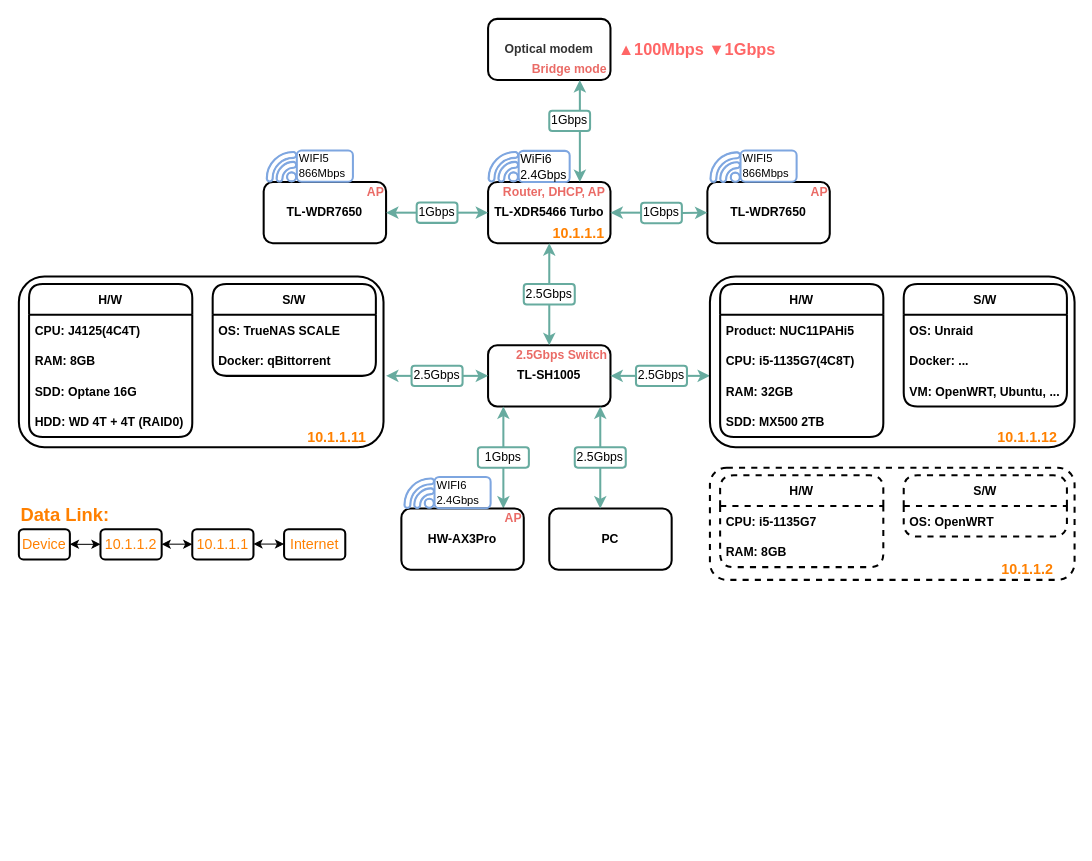
The draw.io diagram page "Page-1" (1 of 2) of network_home.drawio in zincnode/drawio_file, before the edit. Source tidied: cells renumbered, new cells numbered last; positions are measured from the earlier drawing's top-left corner, leaving out a move shared by most shapes. Both pictures are drawn from the tidied source at 102%, with x=0, y=0 at pixel (18, 18).
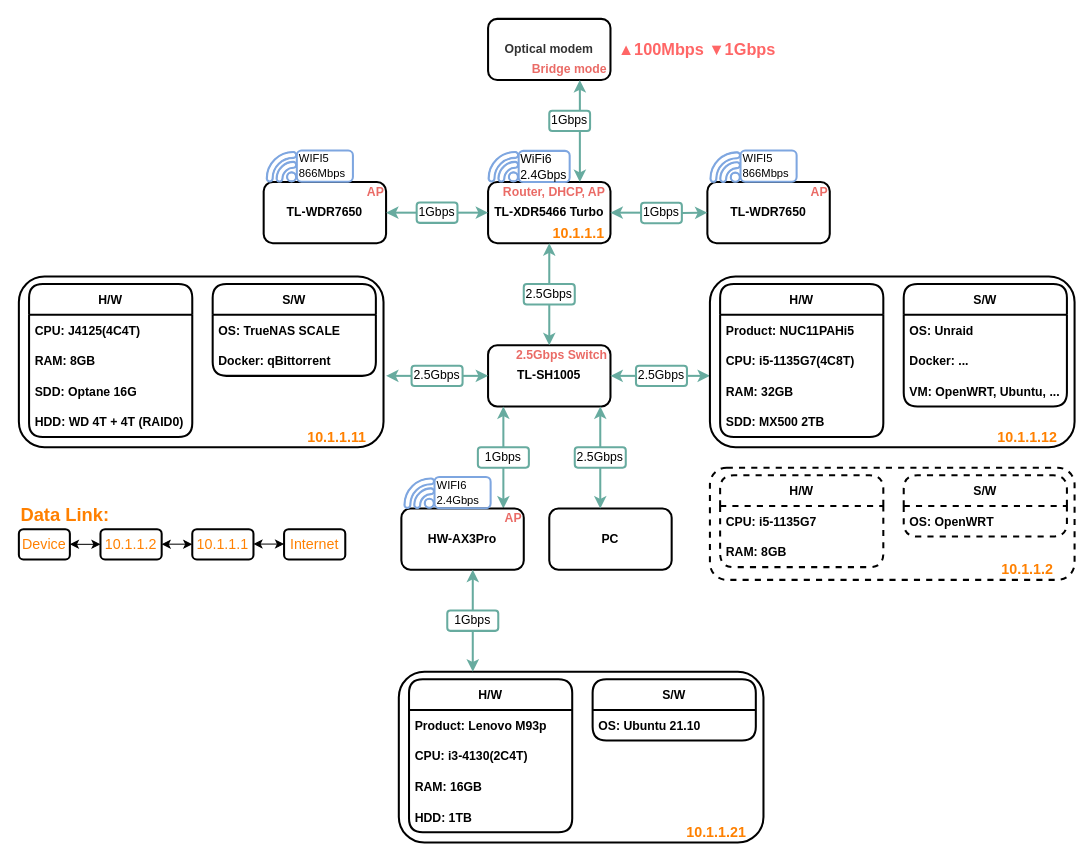
After the change.

Change to the diagram source:
```diff
@@
+    <mxCell id="85" style="rounded=1;whiteSpace=wrap;html=1;shadow=0;glass=0;sketch=0;fontSize=11;fontColor=#000000;strokeColor=#000000;strokeWidth=2;fillColor=none;" parent="1" vertex="1">
+      <mxGeometry x="372.5" y="640" width="357.5" height="167.5" as="geometry" />
+    </mxCell>
+    <mxCell id="86" value="H/W" style="swimlane;fontStyle=1;horizontal=1;startSize=30;rounded=1;strokeWidth=2;" parent="1" vertex="1">
+      <mxGeometry x="382.5" y="647.5" width="160" height="150" as="geometry" />
+    </mxCell>
+    <mxCell id="87" value="Product: Lenovo M93p" style="text;strokeColor=none;fillColor=none;align=left;verticalAlign=middle;spacingLeft=4;spacingRight=4;overflow=hidden;rounded=1;fontColor=#000000;fontStyle=1;" parent="86" vertex="1">
+      <mxGeometry y="30" width="160" height="30" as="geometry" />
+    </mxCell>
+    <mxCell id="88" value="CPU: i3-4130(2C4T)" style="text;strokeColor=none;fillColor=none;align=left;verticalAlign=middle;spacingLeft=4;spacingRight=4;overflow=hidden;fontStyle=1;" parent="86" vertex="1">
+      <mxGeometry y="60" width="160" height="30" as="geometry" />
+    </mxCell>
+    <mxCell id="89" value="RAM: 16GB" style="text;strokeColor=none;fillColor=none;align=left;verticalAlign=middle;spacingLeft=4;spacingRight=4;overflow=hidden;fontStyle=1;" parent="86" vertex="1">
+      <mxGeometry y="90" width="160" height="30" as="geometry" />
+    </mxCell>
+    <mxCell id="90" value="HDD: 1TB" style="text;strokeColor=none;fillColor=none;align=left;verticalAlign=middle;spacingLeft=4;spacingRight=4;overflow=hidden;fontStyle=1;" parent="86" vertex="1">
+      <mxGeometry y="120" width="160" height="30" as="geometry" />
+    </mxCell>
+    <mxCell id="91" value="S/W" style="swimlane;fontStyle=1;horizontal=1;startSize=30;rounded=1;strokeWidth=2;" parent="1" vertex="1">
+      <mxGeometry x="562.5" y="647.5" width="160" height="60" as="geometry" />
+    </mxCell>
+    <mxCell id="92" value="OS: Ubuntu 21.10" style="text;strokeColor=none;fillColor=none;align=left;verticalAlign=middle;spacingLeft=4;spacingRight=4;overflow=hidden;fontStyle=1;" parent="91" vertex="1">
+      <mxGeometry y="30" width="160" height="30" as="geometry" />
+    </mxCell>
+    <mxCell id="93" value="&lt;b&gt;&lt;font color=&quot;#ff8000&quot; style=&quot;font-size: 14px&quot;&gt;10.1.1.21&lt;/font&gt;&lt;/b&gt;" style="text;html=1;strokeColor=none;fillColor=none;align=center;verticalAlign=middle;whiteSpace=wrap;rounded=0;direction=east;" parent="1" vertex="1">
+      <mxGeometry x="655" y="787.5" width="57.5" height="20" as="geometry" />
+    </mxCell>
+    <mxCell id="94" style="endArrow=classic;startArrow=none;html=1;rounded=0;exitX=0.5;exitY=0;exitDx=0;exitDy=0;entryX=0.5;entryY=1;entryDx=0;entryDy=0;strokeColor=#67AB9F;strokeWidth=2;" parent="1" edge="1" source="95">
+      <mxGeometry relative="1" as="geometry">
+        <mxPoint x="445" y="540" as="targetPoint" />
+      </mxGeometry>
+    </mxCell>
+    <mxCell id="95" value="1Gbps" style="text;html=1;strokeColor=#67AB9F;fillColor=none;align=center;verticalAlign=middle;whiteSpace=wrap;rounded=1;fontFamily=Helvetica;strokeWidth=2;direction=east;" parent="1" vertex="1">
+      <mxGeometry x="420" y="580" width="50" height="20" as="geometry" />
+    </mxCell>
+    <mxCell id="96" style="endArrow=none;startArrow=classic;html=1;rounded=0;exitX=0.5;exitY=0;exitDx=0;exitDy=0;entryX=0.5;entryY=1;entryDx=0;entryDy=0;strokeColor=#67AB9F;strokeWidth=2;" parent="1" edge="1" target="95">
+      <mxGeometry relative="1" as="geometry">
+        <mxPoint x="445" y="640" as="sourcePoint" />
+      </mxGeometry>
+    </mxCell>
```
